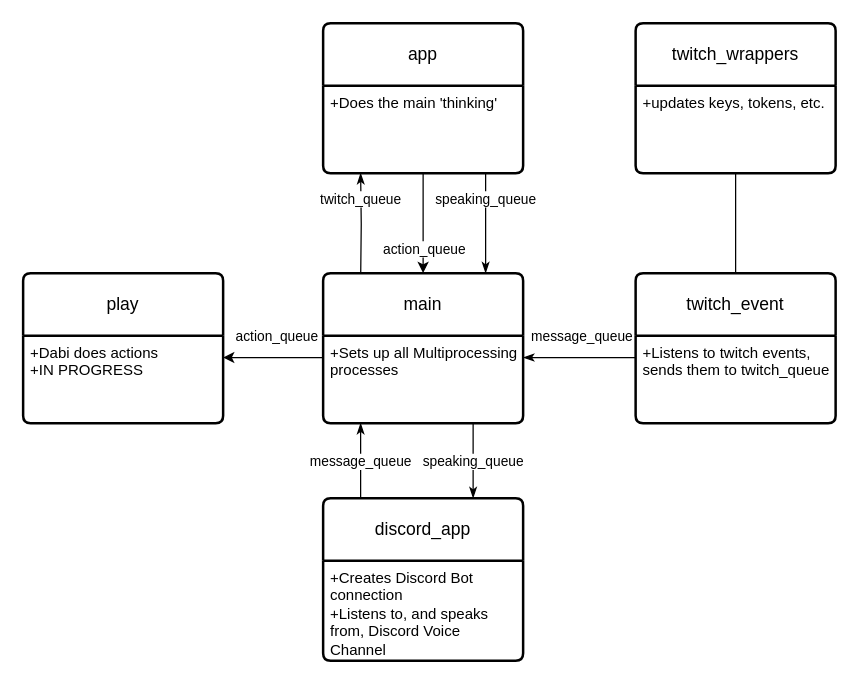
Before: Dabither.drawio in pdgeorge/DabisNewBraincell, a draw.io diagram. Source tidied: cells renumbered, new cells numbered last; positions are measured from the earlier drawing's top-left corner, leaving out a move shared by most shapes. Both pictures are drawn from the tidied source at 125%, with x=0, y=0 at pixel (22, 22).
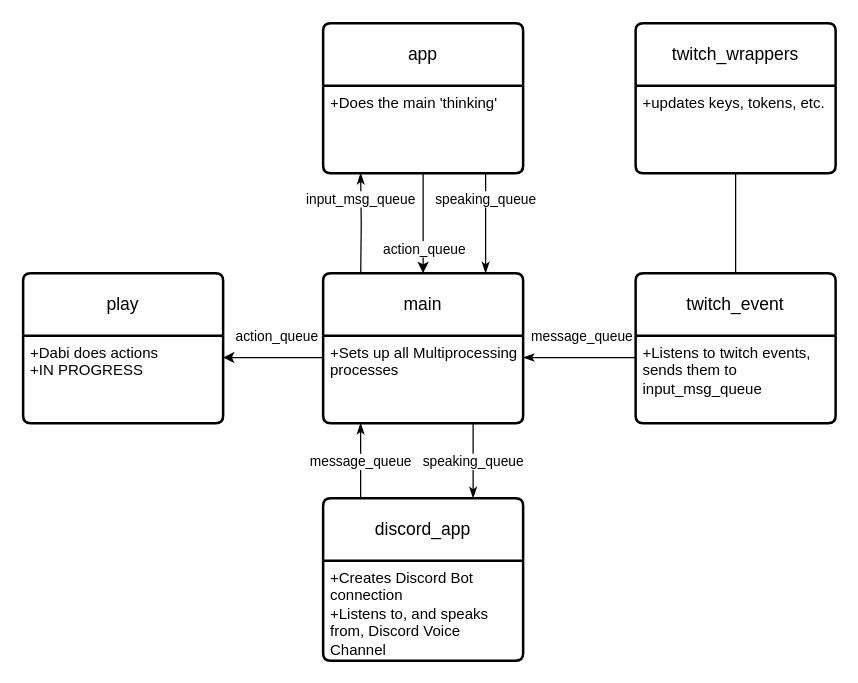
Above is the later version.

Unchanged cells that the change refers to:
```xml
<mxCell id="7" value="twitch_event" style="swimlane;horizontal=1;startSize=50;rounded=1;fontSize=14;fontStyle=0;strokeWidth=2;shadow=0;dashed=0;align=center;arcSize=4;whiteSpace=wrap;html=1;" parent="1" vertex="1">
  <mxGeometry x="490" y="200" width="160" height="120" as="geometry" />
</mxCell>
<mxCell id="17" style="edgeStyle=orthogonalEdgeStyle;rounded=0;jettySize=auto;html=1;exitX=0.5;exitY=1;exitDx=0;exitDy=0;entryX=0.188;entryY=0;entryDx=0;entryDy=0;startArrow=classicThin;startFill=1;entryPerimeter=0;endArrow=none;" parent="1" edge="1" target="4">
  <mxGeometry relative="1" as="geometry">
    <mxPoint x="270" y="120" as="sourcePoint" />
  </mxGeometry>
</mxCell>
```

Diff of the diagram source:
```diff
@@
-    <mxCell id="8" value="+Listens to twitch events, sends them to twitch_queue" style="align=left;strokeColor=none;fillColor=none;spacingLeft=4;spacingRight=4;fontSize=12;verticalAlign=top;html=1;whiteSpace=wrap;" parent="7" vertex="1">
+    <mxCell id="8" value="+Listens to twitch events, sends them to input_msg_queue" style="align=left;strokeColor=none;fillColor=none;spacingLeft=4;spacingRight=4;fontSize=12;verticalAlign=top;html=1;whiteSpace=wrap;" parent="7" vertex="1">
       <mxGeometry y="50" width="160" height="70" as="geometry" />
     </mxCell>
@@
-    <mxCell id="18" value="twitch_queue" style="edgeLabel;html=1;align=center;verticalAlign=middle;" parent="17" vertex="1">
+    <mxCell id="18" value="input_msg_queue" style="edgeLabel;html=1;align=center;verticalAlign=middle;" parent="17" vertex="1">
       <mxGeometry x="-0.01" y="-1" relative="1" as="geometry">
         <mxPoint y="-20" as="offset" />
       </mxGeometry>
     </mxCell>
```
